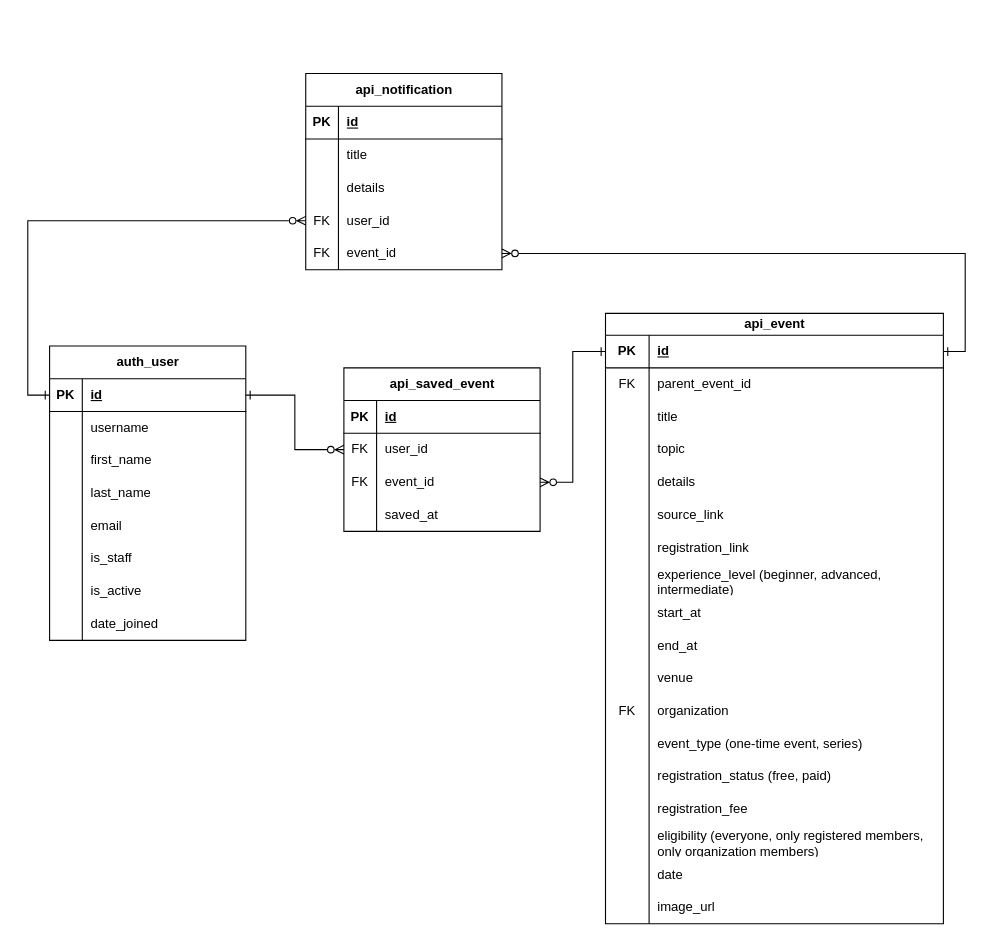
Before: page "User" (2 of 2) of 2Gether.drawio in RHILIUS/drawio, a draw.io diagram. Source tidied: cells renumbered, new cells numbered last; positions are measured from the earlier drawing's top-left corner, leaving out a move shared by most shapes. Both pictures are drawn from the tidied source at 109%, with x=0, y=0 at pixel (49, 73).
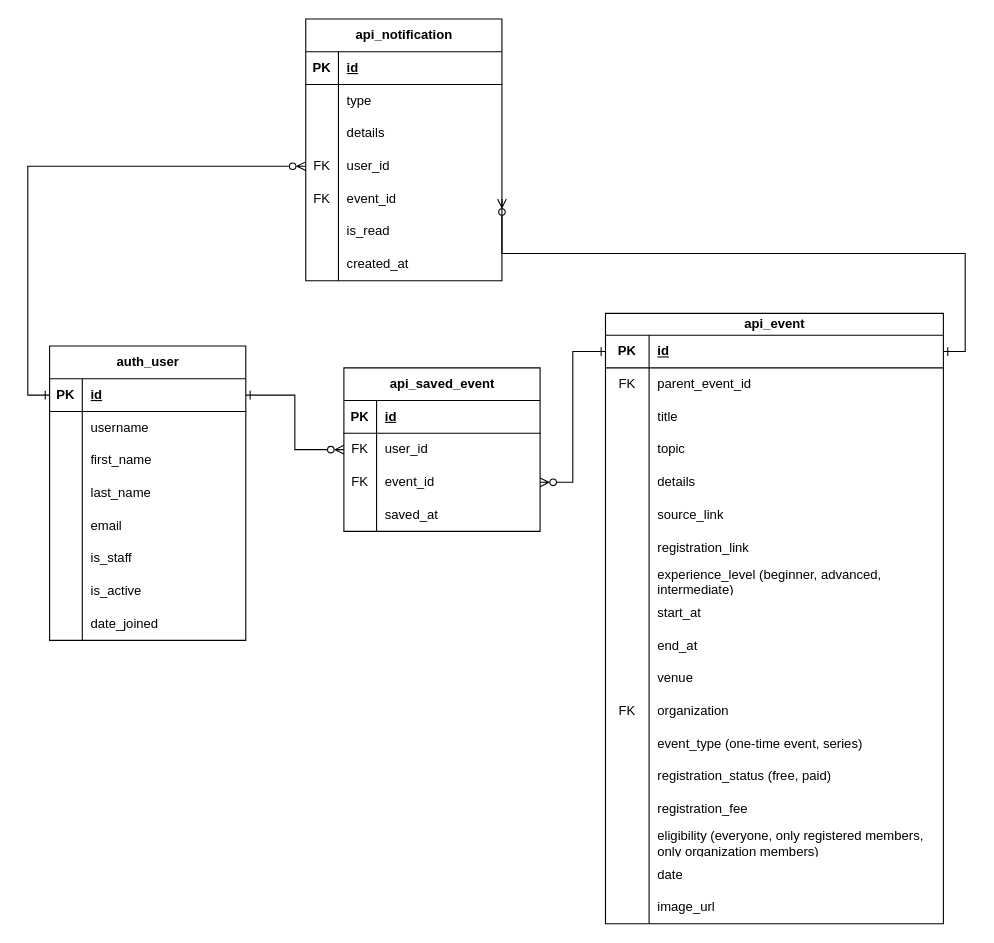
The same diagram, later.

Unchanged cells that the change refers to:
```xml
<mxCell id="101" style="shape=tableRow;horizontal=0;startSize=0;swimlaneHead=0;swimlaneBody=0;fillColor=none;top=0;left=0;right=0;bottom=0;" parent="97" vertex="1">
  <mxGeometry y="60" width="180" height="30" as="geometry" />
</mxCell>
```

Change to the diagram source:
```diff
@@
     <mxCell id="97" value="api_notification" style="shape=table;startSize=30;childLayout=tableLayout;rowLines=0;fontStyle=1;align=center;html=1;" parent="1" vertex="1">
-      <mxGeometry x="235" width="180" height="180" as="geometry" />
+      <mxGeometry x="235" y="-50" width="180" height="240" as="geometry" />
     </mxCell>
@@
-    <mxCell id="103" value="title" style="shape=partialRectangle;fillColor=none;top=0;left=0;bottom=0;right=0;align=left;spacingLeft=6;overflow=hidden;whiteSpace=wrap;html=1;" parent="101" vertex="1">
+    <mxCell id="103" value="type" style="shape=partialRectangle;fillColor=none;top=0;left=0;bottom=0;right=0;align=left;spacingLeft=6;overflow=hidden;whiteSpace=wrap;html=1;" parent="101" vertex="1">
       <mxGeometry x="30" width="150" height="30" as="geometry" />
     </mxCell>
@@
+    <mxCell id="115" style="shape=tableRow;horizontal=0;startSize=0;swimlaneHead=0;swimlaneBody=0;fillColor=none;top=0;left=0;right=0;bottom=0;" parent="97" vertex="1">
+      <mxGeometry y="180" width="180" height="30" as="geometry" />
+    </mxCell>
+    <mxCell id="116" style="shape=partialRectangle;fillColor=none;top=0;left=0;bottom=0;right=0;overflow=hidden;whiteSpace=wrap;html=1;" parent="115" vertex="1">
+      <mxGeometry width="30" height="30" as="geometry" />
+    </mxCell>
+    <mxCell id="117" value="is_read" style="shape=partialRectangle;fillColor=none;top=0;left=0;bottom=0;right=0;align=left;spacingLeft=6;overflow=hidden;whiteSpace=wrap;html=1;" parent="115" vertex="1">
+      <mxGeometry x="30" width="150" height="30" as="geometry" />
+    </mxCell>
+    <mxCell id="118" style="shape=tableRow;horizontal=0;startSize=0;swimlaneHead=0;swimlaneBody=0;fillColor=none;top=0;left=0;right=0;bottom=0;" parent="97" vertex="1">
+      <mxGeometry y="210" width="180" height="30" as="geometry" />
+    </mxCell>
+    <mxCell id="119" style="shape=partialRectangle;fillColor=none;top=0;left=0;bottom=0;right=0;overflow=hidden;whiteSpace=wrap;html=1;" parent="118" vertex="1">
+      <mxGeometry width="30" height="30" as="geometry" />
+    </mxCell>
+    <mxCell id="120" value="created_at" style="shape=partialRectangle;fillColor=none;top=0;left=0;bottom=0;right=0;align=left;spacingLeft=6;overflow=hidden;whiteSpace=wrap;html=1;" parent="118" vertex="1">
+      <mxGeometry x="30" width="150" height="30" as="geometry" />
+    </mxCell>
```
